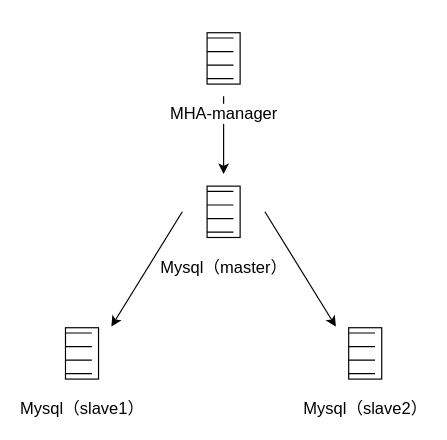
The draw.io diagram page "MHA-HA-topology" (1 of 3) of Mysql高可用.drawio in waterwatermelon/graph, before the edit. Source tidied: cells renumbered, new cells numbered last; positions are measured from the earlier drawing's top-left corner, leaving out a move shared by most shapes. Both pictures are drawn from the tidied source at 118%, with x=0, y=0 at pixel (40, 20).
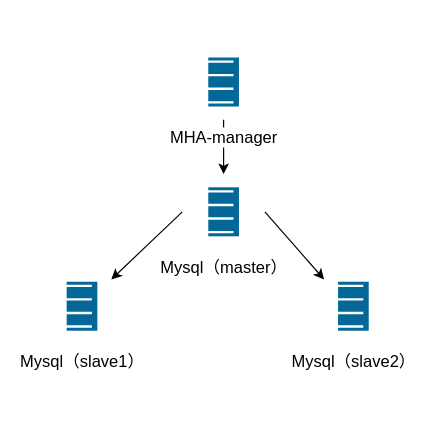
Above is the later version.

Diff of the diagram source:
```diff
@@
 <mxGraphModel>
   <root>
     <mxCell id="0" />
     <mxCell id="1" parent="0" />
     <mxCell id="2" style="edgeStyle=none;rounded=0;jettySize=auto;html=1;exitX=0.5;exitY=1;exitDx=0;exitDy=0;entryX=0.5;entryY=0;entryDx=0;entryDy=0;" parent="1" edge="1" source="3" target="6">
       <mxGeometry relative="1" as="geometry" />
     </mxCell>
-    <mxCell id="3" value="MHA-manager" style="shape=mxgraph.bpmn.shape;html=1;verticalLabelPosition=bottom;labelBackgroundColor=#ffffff;verticalAlign=top;align=center;perimeter=rhombusPerimeter;outlineConnect=0;symbol=conditional;strokeColor=#000000;strokeWidth=1;fillColor=#FFFFFF;fontSize=14;" parent="1" vertex="1">
-      <mxGeometry x="120" width="70" height="64" as="geometry" />
+    <mxCell id="3" value="MHA-manager" style="shape=mxgraph.bpmn.shape;html=1;verticalLabelPosition=bottom;labelBackgroundColor=#ffffff;verticalAlign=top;align=center;perimeter=rhombusPerimeter;outlineConnect=0;symbol=conditional;strokeColor=#ffffff;strokeWidth=2;fillColor=#036897;fontSize=14;" parent="1" vertex="1">
+      <mxGeometry x="120" y="20" width="70" height="64" as="geometry" />
     </mxCell>
     <mxCell id="4" style="rounded=0;jettySize=auto;html=1;exitX=0;exitY=0.5;exitDx=0;exitDy=0;entryX=0.855;entryY=0.145;entryDx=0;entryDy=0;entryPerimeter=0;" parent="1" edge="1" source="6" target="7">
       <mxGeometry relative="1" as="geometry" />
     </mxCell>
     <mxCell id="5" style="rounded=0;jettySize=auto;html=1;exitX=1;exitY=0.5;exitDx=0;exitDy=0;entryX=0.145;entryY=0.145;entryDx=0;entryDy=0;entryPerimeter=0;" parent="1" edge="1" source="6" target="8">
       <mxGeometry relative="1" as="geometry" />
     </mxCell>
-    <mxCell id="6" value="Mysql（master）" style="shape=mxgraph.bpmn.shape;html=1;verticalLabelPosition=bottom;labelBackgroundColor=#ffffff;verticalAlign=top;align=center;perimeter=rhombusPerimeter;outlineConnect=0;symbol=conditional;strokeColor=#000000;strokeWidth=1;fillColor=#FFFFFF;fontSize=14;" parent="1" vertex="1">
+    <mxCell id="6" value="Mysql（master）" style="shape=mxgraph.bpmn.shape;html=1;verticalLabelPosition=bottom;labelBackgroundColor=#ffffff;verticalAlign=top;align=center;perimeter=rhombusPerimeter;outlineConnect=0;symbol=conditional;strokeColor=#ffffff;strokeWidth=2;fillColor=#036897;fontSize=14;" parent="1" vertex="1">
       <mxGeometry x="120" y="130" width="70" height="64" as="geometry" />
     </mxCell>
-    <mxCell id="7" value="Mysql（slave1）" style="shape=mxgraph.bpmn.shape;html=1;verticalLabelPosition=bottom;labelBackgroundColor=#ffffff;verticalAlign=top;align=center;perimeter=rhombusPerimeter;outlineConnect=0;symbol=conditional;strokeColor=#000000;strokeWidth=1;fillColor=#FFFFFF;fontSize=14;" parent="1" vertex="1">
-      <mxGeometry y="250" width="70" height="64" as="geometry" />
+    <mxCell id="7" value="Mysql（slave1）" style="shape=mxgraph.bpmn.shape;html=1;verticalLabelPosition=bottom;labelBackgroundColor=#ffffff;verticalAlign=top;align=center;perimeter=rhombusPerimeter;outlineConnect=0;symbol=conditional;strokeColor=#000000;strokeWidth=1;fillColor=#FFFFFF;fontSize=14;fillColor=#036897;strokeColor=#ffffff;strokeWidth=2;" parent="1" vertex="1">
+      <mxGeometry y="210" width="70" height="64" as="geometry" />
     </mxCell>
-    <mxCell id="8" value="Mysql（slave2）" style="shape=mxgraph.bpmn.shape;html=1;verticalLabelPosition=bottom;labelBackgroundColor=#ffffff;verticalAlign=top;align=center;perimeter=rhombusPerimeter;outlineConnect=0;symbol=conditional;strokeColor=#000000;strokeWidth=1;fillColor=#FFFFFF;fontSize=14;" parent="1" vertex="1">
-      <mxGeometry x="240" y="250" width="70" height="64" as="geometry" />
+    <mxCell id="8" value="Mysql（slave2）" style="shape=mxgraph.bpmn.shape;html=1;verticalLabelPosition=bottom;labelBackgroundColor=#ffffff;verticalAlign=top;align=center;perimeter=rhombusPerimeter;outlineConnect=0;symbol=conditional;strokeColor=#ffffff;strokeWidth=2;fillColor=#036897;fontSize=14;" parent="1" vertex="1">
+      <mxGeometry x="230" y="210" width="70" height="64" as="geometry" />
     </mxCell>
   </root>
 </mxGraphModel>
```
